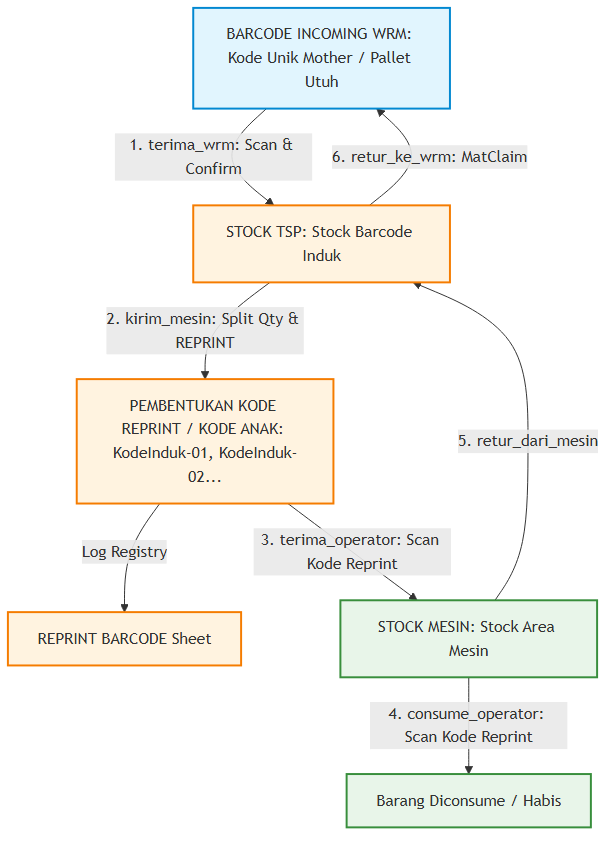
Before: dokumentasi/state_machine.png, a diagram exported from Mermaid (imannurchaedi-max/TSP). Its source is kept beside it as dokumentasi/state_machine.mmd.
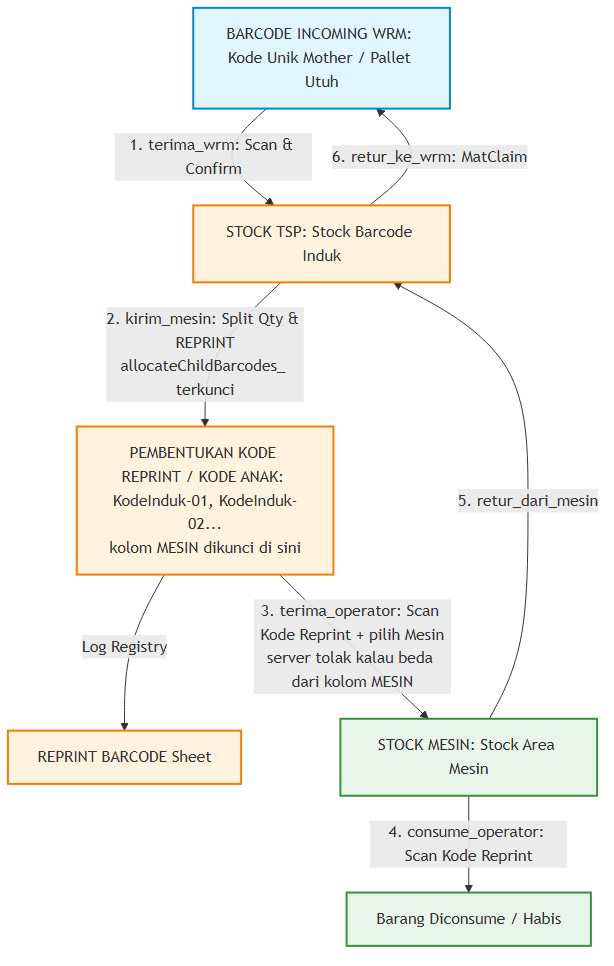
The same file after the commit.

Change to the diagram source:
```diff
@@ -4,9 +4,9 @@
     classDef operator fill:#e8f5e9,stroke:#388e3c,stroke-width:2px;
 
     WRM[BARCODE INCOMING WRM: Kode Unik Mother / Pallet Utuh]:::wrm -->|1. terima_wrm: Scan & Confirm| StockTSP[STOCK TSP: Stock Barcode Induk]:::tsp
-    StockTSP -->|2. kirim_mesin: Split Qty & REPRINT| ReprintGen[PEMBENTUKAN KODE REPRINT / KODE ANAK: KodeInduk-01, KodeInduk-02...]:::tsp
+    StockTSP -->|2. kirim_mesin: Split Qty & REPRINT<br/>allocateChildBarcodes_ terkunci| ReprintGen[PEMBENTUKAN KODE REPRINT / KODE ANAK: KodeInduk-01, KodeInduk-02...<br/>kolom MESIN dikunci di sini]:::tsp
     ReprintGen -->|Log Registry| ReprintSheet[REPRINT BARCODE Sheet]:::tsp
-    ReprintGen -->|3. terima_operator: Scan Kode Reprint| OperatorStock[STOCK MESIN: Stock Area Mesin]:::operator
+    ReprintGen -->|3. terima_operator: Scan Kode Reprint + pilih Mesin<br/>server tolak kalau beda dari kolom MESIN| OperatorStock[STOCK MESIN: Stock Area Mesin]:::operator
     OperatorStock -->|4. consume_operator: Scan Kode Reprint| Consumed[Barang Diconsume / Habis]:::operator
     OperatorStock -->|5. retur_dari_mesin| StockTSP
     StockTSP -->|6. retur_ke_wrm: MatClaim| WRM
```
